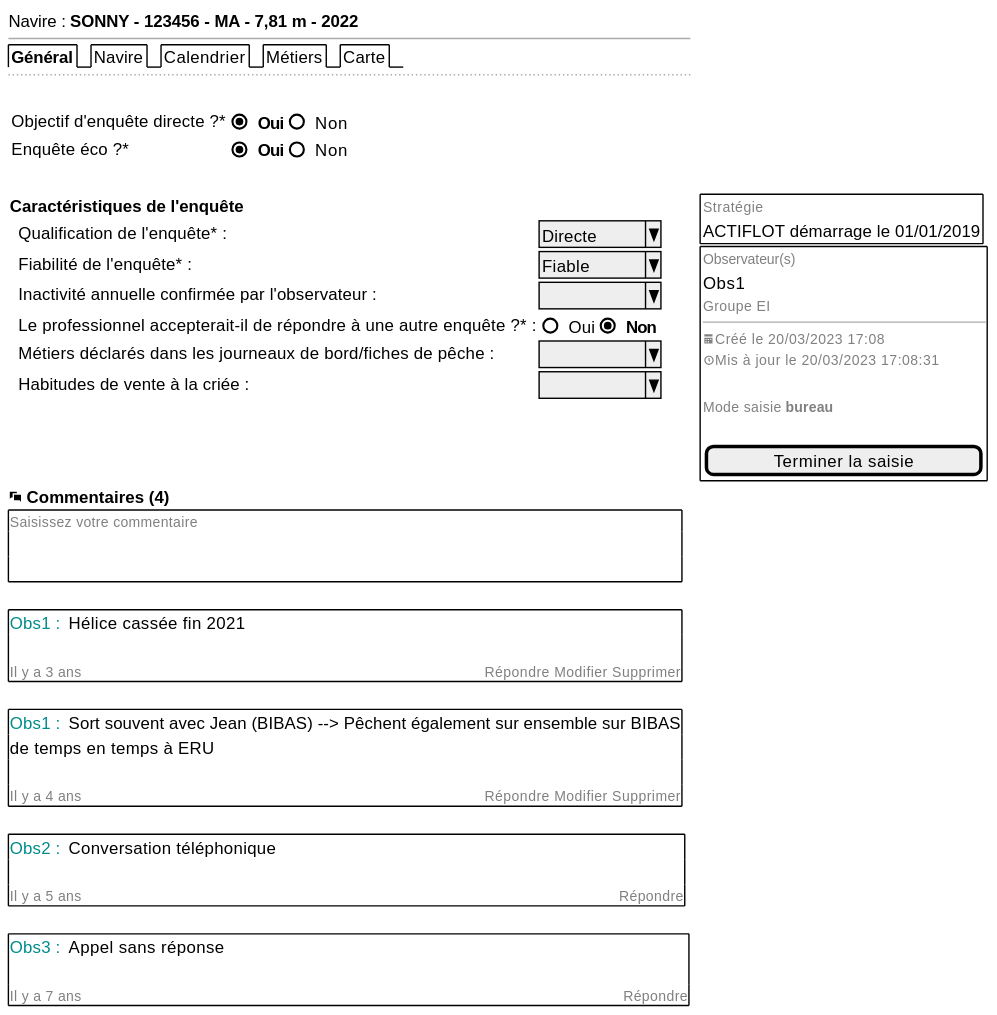
Before: projects/activity-calendar/spe/images/activity-calendar-general-comments.svg, a diagram exported from PlantUML (sumaris-net/sumaris-doc). Its diagram source:
```plantuml
@startsalt
{
  Navire : <b>SONNY - 123456 - MA - 7,81 m - 2022
  --
  {/ <b>Général | Navire | Calendrier | Métiers | Carte}
  ..
  .
  {{
    Objectif d'enquête directe ?* | { (X) <b>Oui | () Non}
    Enquête éco ?* | { (X) <b>Oui | () Non }} |
  }
  .
  {
  <b>Caractéristiques de l'enquête
     {
     . | Qualification de l'enquête* : | ^Directe  ^
     . | Fiabilité de l'enquête* : | ^Fiable   ^
     . | Inactivité annuelle confirmée par l'observateur : | ^         ^
     . | Le professionnel accepterait-il de répondre à une autre enquête ?* : | { () Oui | (X) <b>Non }
     . | Métiers déclarés dans les journeaux de bord/fiches de pêche : | ^         ^
     . | Habitudes de vente à la criée : | ^         ^
     }
  } . {{+
                           {
                           <font color=grey size=10>Stratégie
                           ACTIFLOT démarrage le 01/01/2019
                           }}
                           {+
                           {
                           <font color=grey size=10>Observateur(s)
                           Obs1
                           <font color=grey size=10>Groupe EI
                           --
                           <font color=grey size=10><&calendar>Créé le 20/03/2023 17:08
                           <font color=grey size=10><&clock>Mis à jour le 20/03/2023 17:08:31
                           .
                           <font color=grey size=10>Mode saisie <b>bureau
                           .
                           [ Terminer la saisie     ]
                           }}}
    <b><&chat> Commentaires (4)
         {+ <font color=grey size=10>Saisissez votre commentaire                                                                                                                   <&X>
            .
            .
         }
         .
         {+ <font color=DarkCyan>Obs1 : <font color=black> Hélice cassée fin 2021
            .
            <font color=grey size=10>Il y a 3 ans                                                                                                <&X>Répondre Modifier Supprimer
         }
         .
         {+ <font color=DarkCyan>Obs1 : <font color=black> Sort souvent avec Jean (BIBAS) --> Pêchent également sur ensemble sur BIBAS
            de temps en temps à ERU
            .
            <font color=grey size=10>Il y a 4 ans                                                                                                <&X>Répondre Modifier Supprimer
         }
         .
         {+ <font color=DarkCyan>Obs2 : <font color=black> Conversation téléphonique
            .
            <font color=grey size=10>Il y a 5 ans                                                                                                                                <&X>Répondre
         }
         .
         {+ <font color=DarkCyan>Obs3 : <font color=black> Appel sans réponse
            .
            <font color=grey size=10>Il y a 7 ans                                                                                                                                 <&X>Répondre
         }
         }
         .





  .
  --
  { [Fermer] | [<&reload> Réinitialiser] | [Sauvegarder] }
}
@endsalt
```
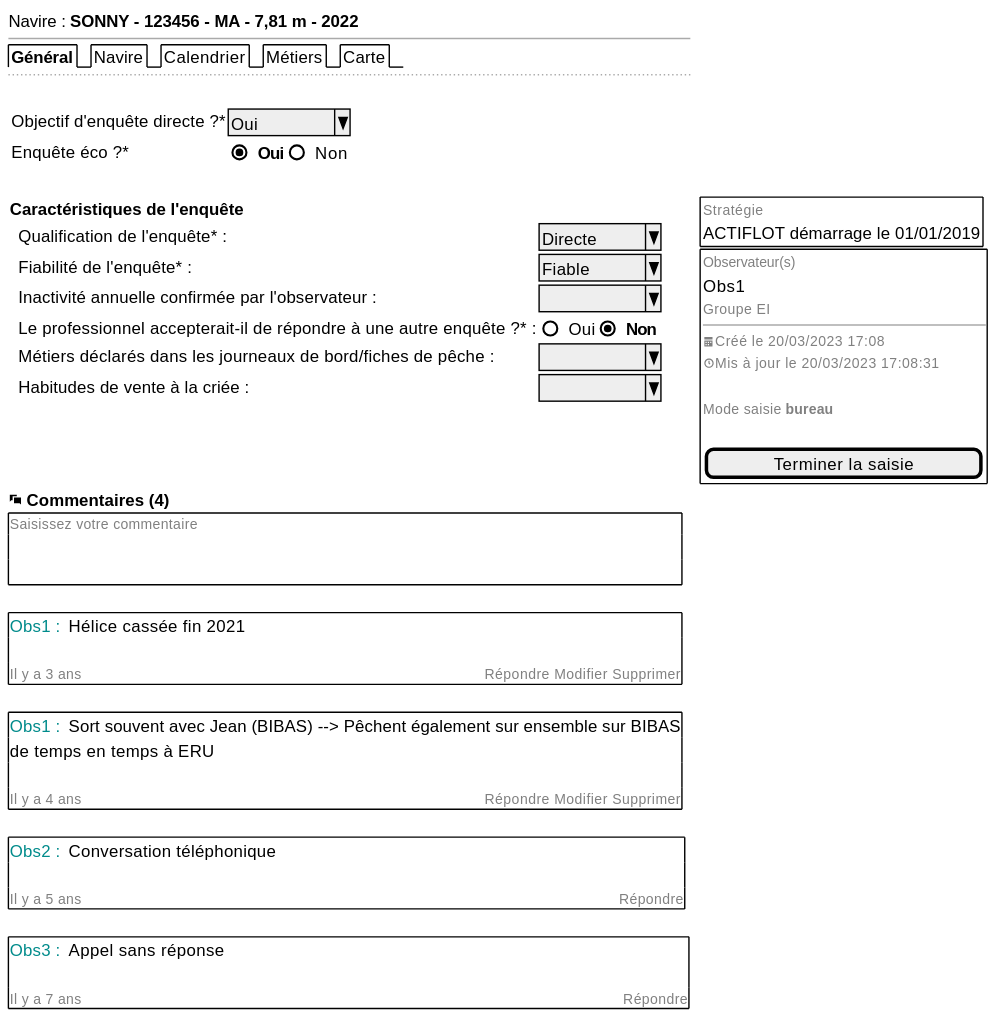
The same file after the commit.

The edit, as a diff of the source:
```diff
@@ -6,7 +6,7 @@
   ..
   .
   {{
-    Objectif d'enquête directe ?* | { (X) <b>Oui | () Non}
+    Objectif d'enquête directe ?* | ^Oui      ^
     Enquête éco ?* | { (X) <b>Oui | () Non }} |
   }
   .
```
